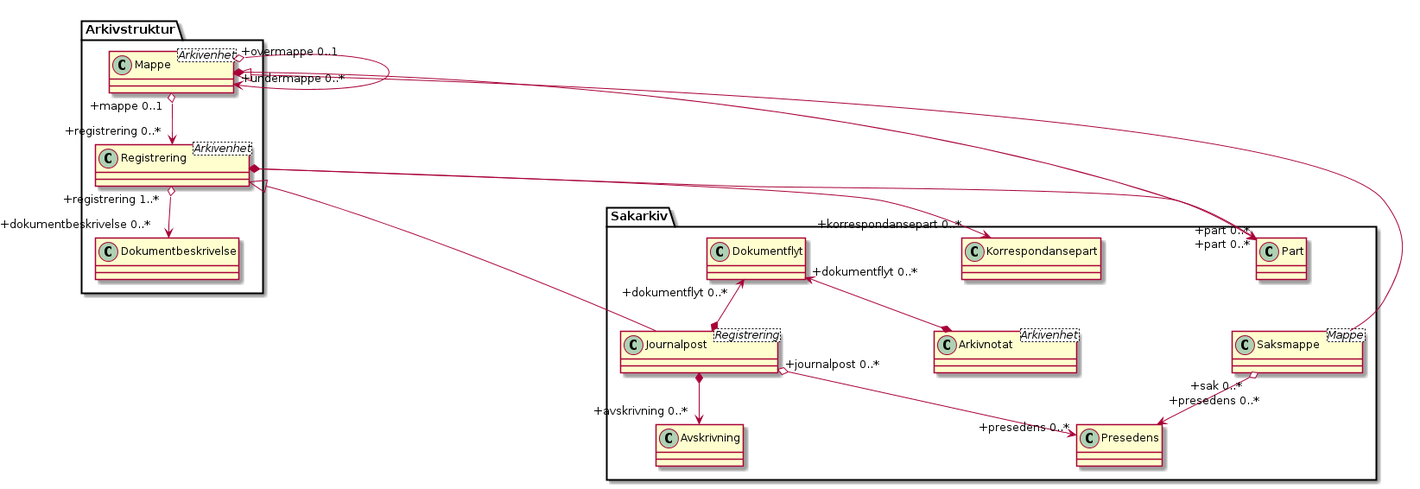
Before: kapitler/media/uml-sakarkiv-entiteter.png, a diagram exported from PlantUML (arkivverket/noark5-tjenestegrensesnitt-standard).
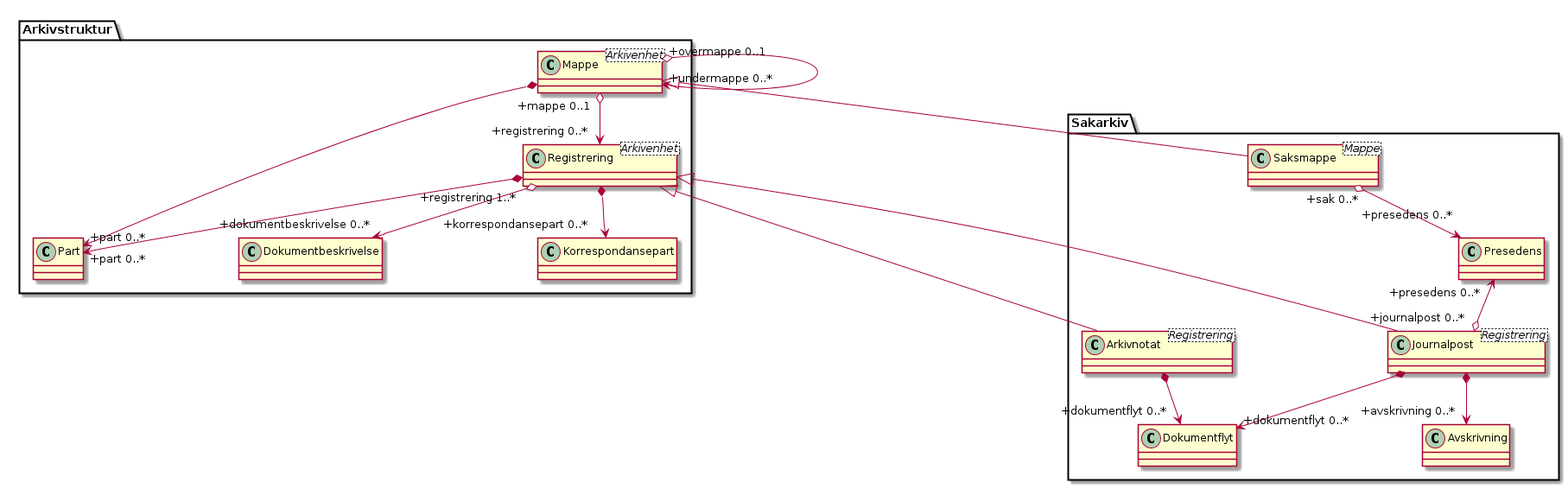
The same file after the commit.

Diff of the diagram source:
```diff
@@ -6,22 +6,23 @@
 class Arkivstruktur.Registrering <Arkivenhet>
 class Sakarkiv.Journalpost <Registrering>
 class Sakarkiv.Saksmappe <Mappe>
-class Sakarkiv.Arkivnotat <Arkivenhet>
+class Sakarkiv.Arkivnotat <Registrering>
 
 Arkivstruktur.Registrering <|-- Sakarkiv.Journalpost
+Arkivstruktur.Registrering <|-- Sakarkiv.Arkivnotat
 Arkivstruktur.Mappe <|-- Sakarkiv.Saksmappe
 
 Arkivstruktur.Mappe "+mappe 0..1" o--> "+registrering 0..*" Arkivstruktur.Registrering
 Arkivstruktur.Mappe "+overmappe 0..1" o--> "+undermappe 0..*" Arkivstruktur.Mappe
-Arkivstruktur.Mappe *-> "+part 0..*" Sakarkiv.Part
-Arkivstruktur.Registrering *-> "+part 0..*" Sakarkiv.Part
+Arkivstruktur.Mappe *--> "+part 0..*" Arkivstruktur.Part
+Arkivstruktur.Registrering *--> "+part 0..*" Arkivstruktur.Part
 Sakarkiv.Saksmappe "+sak 0..*" o--> "+presedens 0..*\n" Sakarkiv.Presedens
-Sakarkiv.Journalpost "+journalpost 0..*" o--> "+presedens 0..*" Sakarkiv.Presedens
+Sakarkiv.Presedens "+presedens 0..*" <--o  "+journalpost 0..*" Sakarkiv.Journalpost
 
-Arkivstruktur.Registrering *--> "+korrespondansepart 0..*" Sakarkiv.Korrespondansepart
+Arkivstruktur.Registrering *--> "+korrespondansepart 0..*" Arkivstruktur.Korrespondansepart
 Sakarkiv.Journalpost *--> "+avskrivning 0..*" Sakarkiv.Avskrivning
-Sakarkiv.Dokumentflyt "+dokumentflyt 0..*" <--* Sakarkiv.Journalpost
-Sakarkiv.Dokumentflyt "+dokumentflyt 0..*" <--* Sakarkiv.Arkivnotat
+Sakarkiv.Journalpost *--> "+dokumentflyt 0..*" Sakarkiv.Dokumentflyt
+Sakarkiv.Arkivnotat *--> "+dokumentflyt 0..*" Sakarkiv.Dokumentflyt
 
 Arkivstruktur.Registrering "+registrering 1..*" o--> "+dokumentbeskrivelse 0..*" Arkivstruktur.Dokumentbeskrivelse
 @enduml
```
